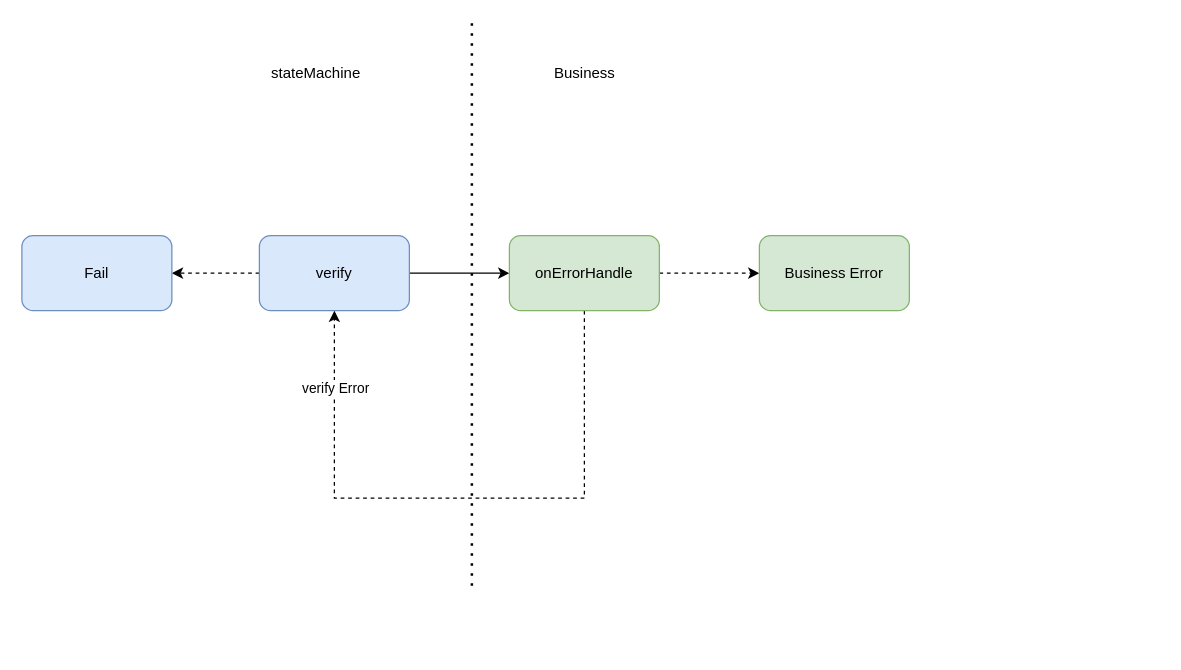
Before: useVerify/error handle.drawio in RexYao97/sfrex, a draw.io diagram. Source tidied: cells renumbered, new cells numbered last; positions are measured from the earlier drawing's top-left corner, leaving out a move shared by most shapes. Both pictures are drawn from the tidied source at 125%, with x=0, y=0 at pixel (21, 22).
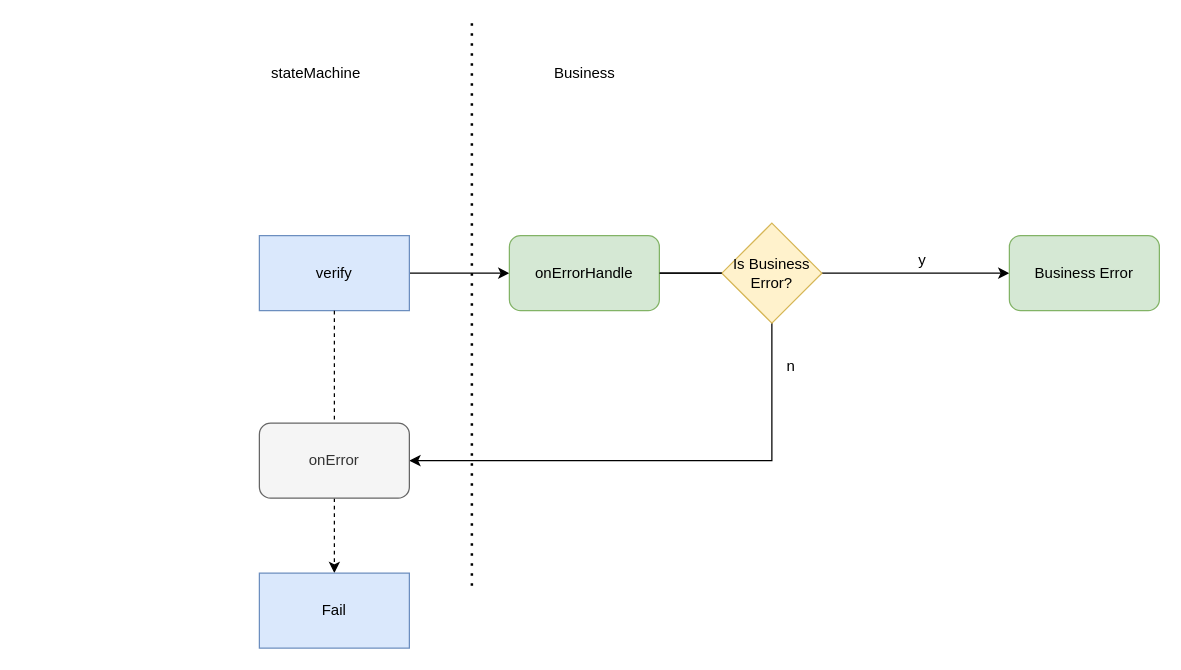
After the change.

Unchanged cells that the change refers to:
```xml
<mxCell id="8" value="onErrorHandle" style="whiteSpace=wrap;html=1;rounded=1;fillColor=#d5e8d4;strokeColor=#82b366;" parent="1" vertex="1">
  <mxGeometry x="390" y="170" width="120" height="60" as="geometry" />
</mxCell>
```

Change to the diagram source:
```diff
@@
-    <mxCell id="3" style="edgeStyle=orthogonalEdgeStyle;rounded=0;jettySize=auto;html=1;dashed=1;" parent="1" edge="1" source="4" target="11">
-      <mxGeometry relative="1" as="geometry" />
-    </mxCell>
+    <mxCell id="14" style="edgeStyle=orthogonalEdgeStyle;rounded=0;jettySize=auto;html=1;dashed=1;startArrow=none;" parent="1" edge="1" source="19" target="11">
+      <mxGeometry relative="1" as="geometry" />
+    </mxCell>
-    <mxCell id="4" value="verify" style="rounded=1;whiteSpace=wrap;html=1;fillColor=#dae8fc;strokeColor=#6c8ebf;" parent="1" vertex="1">
+    <mxCell id="4" value="verify" style="rounded=0;whiteSpace=wrap;html=1;fontFamily=Helvetica;fontSize=12;fontColor=default;align=center;strokeColor=#6c8ebf;fillColor=#dae8fc;" parent="1" vertex="1">
       <mxGeometry x="190" y="170" width="120" height="60" as="geometry" />
     </mxCell>
-    <mxCell id="5" style="edgeStyle=orthogonalEdgeStyle;rounded=0;jettySize=auto;html=1;dashed=1;entryX=0.5;entryY=1;entryDx=0;entryDy=0;" parent="1" edge="1" source="8" target="4">
+    <mxCell id="5" style="edgeStyle=orthogonalEdgeStyle;rounded=0;jettySize=auto;html=1;entryX=1;entryY=0.5;entryDx=0;entryDy=0;" parent="1" edge="1" source="8" target="19">
       <mxGeometry relative="1" as="geometry">
         <Array as="points">
-          <mxPoint x="450" y="380" />
-          <mxPoint x="250" y="380" />
+          <mxPoint x="600" y="200" />
+          <mxPoint x="600" y="350" />
         </Array>
       </mxGeometry>
     </mxCell>
-    <mxCell id="6" value="verify Error" style="edgeLabel;html=1;align=center;verticalAlign=middle;" parent="5" vertex="1">
-      <mxGeometry x="-0.7" y="4" relative="1" as="geometry">
-        <mxPoint x="-204" y="-14" as="offset" />
-      </mxGeometry>
-    </mxCell>
-    <mxCell id="7" style="edgeStyle=orthogonalEdgeStyle;rounded=0;jettySize=auto;html=1;dashed=1;" parent="1" edge="1" source="8" target="12">
+    <mxCell id="7" style="edgeStyle=orthogonalEdgeStyle;rounded=0;jettySize=auto;html=1;startArrow=none;" parent="1" edge="1" source="15" target="12">
       <mxGeometry relative="1" as="geometry" />
     </mxCell>
@@
-    <mxCell id="11" value="Fail" style="rounded=1;whiteSpace=wrap;html=1;fontFamily=Helvetica;fontSize=12;align=center;strokeColor=#6c8ebf;fillColor=#dae8fc;" parent="1" vertex="1">
-      <mxGeometry y="170" width="120" height="60" as="geometry" />
+    <mxCell id="11" value="Fail" style="rounded=0;whiteSpace=wrap;html=1;fontFamily=Helvetica;fontSize=12;fontColor=default;align=center;strokeColor=#6c8ebf;fillColor=#dae8fc;" parent="1" vertex="1">
+      <mxGeometry x="190" y="440" width="120" height="60" as="geometry" />
     </mxCell>
     <mxCell id="12" value="Business Error" style="whiteSpace=wrap;html=1;fillColor=#d5e8d4;strokeColor=#82b366;rounded=1;" parent="1" vertex="1">
-      <mxGeometry x="590" y="170" width="120" height="60" as="geometry" />
+      <mxGeometry x="790" y="170" width="120" height="60" as="geometry" />
     </mxCell>
@@
+    <mxCell id="15" value="Is Business Error?" style="rhombus;whiteSpace=wrap;html=1;fillColor=#fff2cc;strokeColor=#d6b656;" parent="1" vertex="1">
+      <mxGeometry x="560" y="160" width="80" height="80" as="geometry" />
+    </mxCell>
+    <mxCell id="16" style="edgeStyle=orthogonalEdgeStyle;rounded=0;jettySize=auto;html=1;endArrow=none;" parent="1" edge="1" source="8" target="15">
+      <mxGeometry relative="1" as="geometry" />
+    </mxCell>
+    <mxCell id="17" value="y" style="text;html=1;align=center;verticalAlign=middle;strokeColor=none;fillColor=none;" parent="1" vertex="1">
+      <mxGeometry x="705" y="175" width="30" height="30" as="geometry" />
+    </mxCell>
+    <mxCell id="18" value="n" style="text;html=1;align=center;verticalAlign=middle;strokeColor=none;fillColor=none;" parent="1" vertex="1">
+      <mxGeometry x="600" y="260" width="30" height="30" as="geometry" />
+    </mxCell>
+    <mxCell id="19" value="onError" style="rounded=1;whiteSpace=wrap;html=1;fillColor=#f5f5f5;fontColor=#333333;strokeColor=#666666;" parent="1" vertex="1">
+      <mxGeometry x="190" y="320" width="120" height="60" as="geometry" />
+    </mxCell>
+    <mxCell id="20" style="edgeStyle=orthogonalEdgeStyle;rounded=0;jettySize=auto;html=1;dashed=1;endArrow=none;" parent="1" edge="1" source="4" target="19">
+      <mxGeometry relative="1" as="geometry" />
+    </mxCell>
```
